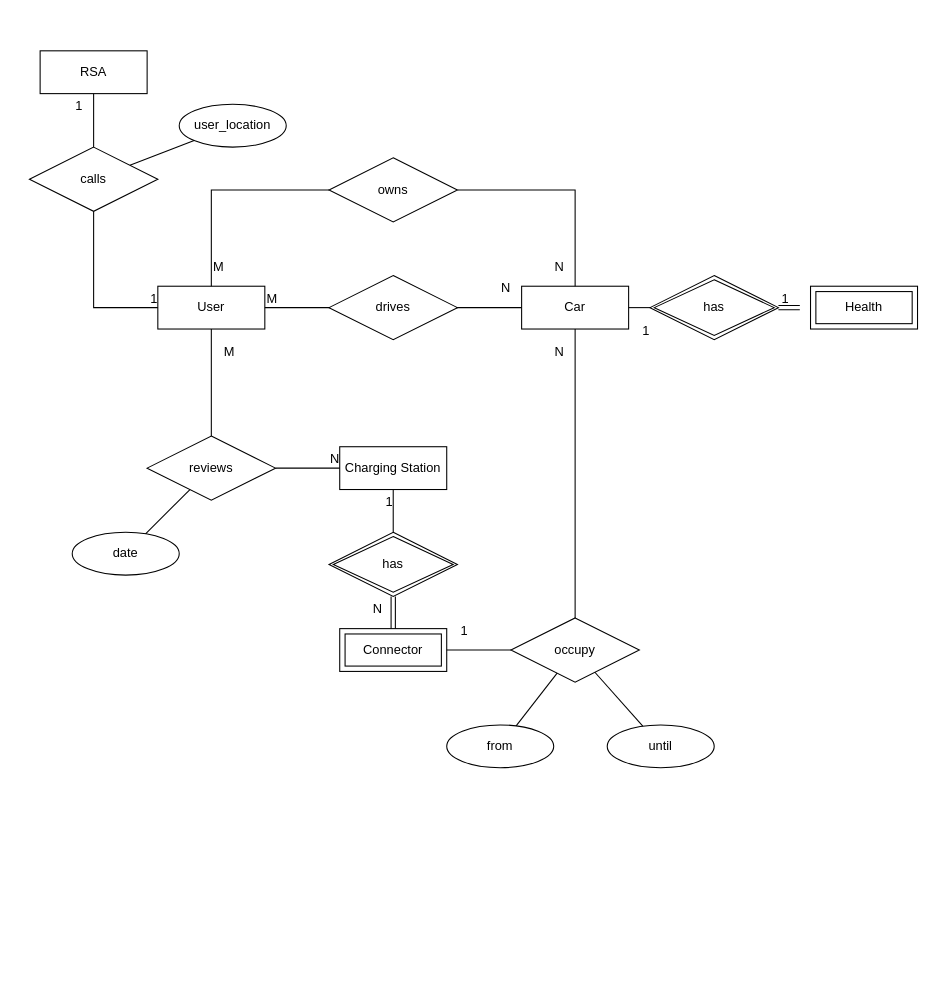
The draw.io diagram EVPoint ERdiagram.drawio in johnkouk469/DatabasesCourse2021, before the edit. Source tidied: cells renumbered, new cells numbered last; positions are measured from the earlier drawing's top-left corner, leaving out a move shared by most shapes. Both pictures are drawn from the tidied source at 107%, with x=0, y=0 at pixel (29, 50).
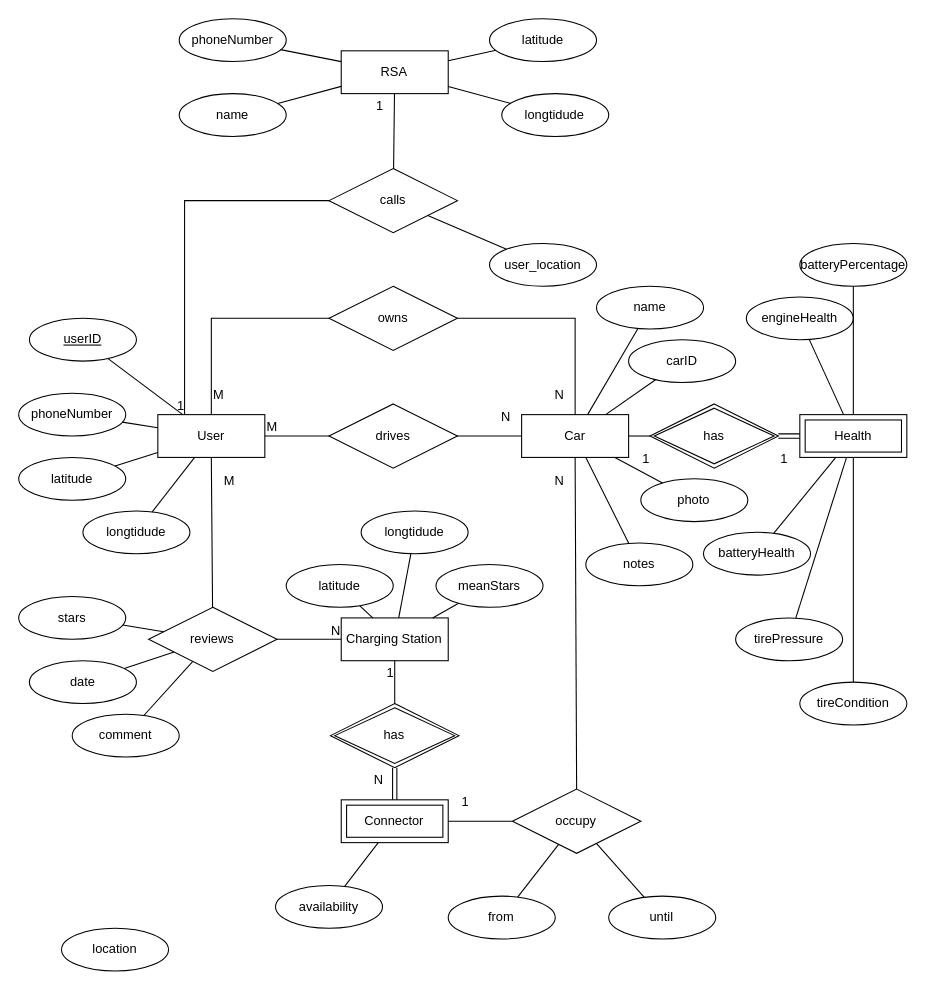
The same diagram, later.

Change to the diagram source:
```diff
@@
     <mxCell id="2" value="User" style="whiteSpace=wrap;html=1;align=center;" parent="1" vertex="1">
-      <mxGeometry x="120" y="220" width="100" height="40" as="geometry" />
+      <mxGeometry x="120" y="340" width="100" height="40" as="geometry" />
     </mxCell>
     <mxCell id="3" value="Charging Station" style="whiteSpace=wrap;html=1;align=center;" parent="1" vertex="1">
-      <mxGeometry x="290" y="370" width="100" height="40" as="geometry" />
+      <mxGeometry x="291.4" y="530" width="100" height="40" as="geometry" />
     </mxCell>
     <mxCell id="4" value="Car" style="whiteSpace=wrap;html=1;align=center;" parent="1" vertex="1">
-      <mxGeometry x="460" y="220" width="100" height="40" as="geometry" />
+      <mxGeometry x="460" y="340" width="100" height="40" as="geometry" />
     </mxCell>
@@
     <mxCell id="8" value="drives" style="shape=rhombus;perimeter=rhombusPerimeter;whiteSpace=wrap;html=1;align=center;" parent="1" vertex="1">
-      <mxGeometry x="280" y="210" width="120" height="60" as="geometry" />
+      <mxGeometry x="280" y="330" width="120" height="60" as="geometry" />
     </mxCell>
     <mxCell id="9" style="endArrow=none;html=1;rounded=0;exitX=1;exitY=0.5;exitDx=0;exitDy=0;entryX=0.5;entryY=0;entryDx=0;entryDy=0;startArrow=none;" parent="1" edge="1" source="11" target="4">
       <mxGeometry relative="1" as="geometry">
         <Array as="points">
-          <mxPoint x="510" y="130" />
+          <mxPoint x="510" y="250" />
         </Array>
       </mxGeometry>
     </mxCell>
@@
     <mxCell id="11" value="owns" style="shape=rhombus;perimeter=rhombusPerimeter;whiteSpace=wrap;html=1;align=center;" parent="1" vertex="1">
-      <mxGeometry x="280" y="100" width="120" height="60" as="geometry" />
+      <mxGeometry x="280" y="220" width="120" height="60" as="geometry" />
     </mxCell>
     <mxCell id="12" style="endArrow=none;html=1;rounded=0;exitX=0.5;exitY=0;exitDx=0;exitDy=0;entryX=0;entryY=0.5;entryDx=0;entryDy=0;" parent="1" edge="1" source="2" target="11">
       <mxGeometry relative="1" as="geometry">
         <Array as="points">
-          <mxPoint x="170" y="130" />
+          <mxPoint x="170" y="250" />
         </Array>
       </mxGeometry>
     </mxCell>
@@
     <mxCell id="16" value="reviews" style="shape=rhombus;perimeter=rhombusPerimeter;whiteSpace=wrap;html=1;align=center;" parent="1" vertex="1">
-      <mxGeometry x="110" y="360" width="120" height="60" as="geometry" />
+      <mxGeometry x="111.4" y="520" width="120" height="60" as="geometry" />
     </mxCell>
@@
     <mxCell id="21" value="occupy" style="shape=rhombus;perimeter=rhombusPerimeter;whiteSpace=wrap;html=1;align=center;" parent="1" vertex="1">
-      <mxGeometry x="450" y="530" width="120" height="60" as="geometry" />
+      <mxGeometry x="451.4" y="690" width="120" height="60" as="geometry" />
     </mxCell>
     <mxCell id="22" value="has" style="shape=rhombus;double=1;perimeter=rhombusPerimeter;whiteSpace=wrap;html=1;align=center;" parent="1" vertex="1">
-      <mxGeometry x="580" y="210" width="120" height="60" as="geometry" />
+      <mxGeometry x="580" y="330" width="120" height="60" as="geometry" />
     </mxCell>
     <mxCell id="23" value="Health" style="shape=ext;margin=3;double=1;whiteSpace=wrap;html=1;align=center;" parent="1" vertex="1">
-      <mxGeometry x="730" y="220" width="100" height="40" as="geometry" />
+      <mxGeometry x="720" y="340" width="100" height="40" as="geometry" />
     </mxCell>
-    <mxCell id="24" style="shape=link;html=1;rounded=0;" parent="1" edge="1" source="22">
-      <mxGeometry relative="1" as="geometry">
-        <mxPoint x="720" y="240" as="targetPoint" />
-      </mxGeometry>
+    <mxCell id="24" style="shape=link;html=1;rounded=0;" parent="1" edge="1" source="22" target="23">
+      <mxGeometry relative="1" as="geometry" />
     </mxCell>
     <mxCell id="25" value="1" style="html=1;align=right;verticalAlign=bottom;" parent="24" vertex="1">
       <mxGeometry x="1" relative="1" as="geometry">
-        <mxPoint x="-10" as="offset" />
+        <mxPoint x="-11" y="30" as="offset" />
       </mxGeometry>
     </mxCell>
@@
     <mxCell id="28" value="date" style="ellipse;whiteSpace=wrap;html=1;align=center;" parent="1" vertex="1">
-      <mxGeometry x="40" y="450" width="100" height="40" as="geometry" />
+      <mxGeometry y="570" width="100" height="40" as="geometry" />
     </mxCell>
@@
     <mxCell id="30" value="until" style="ellipse;whiteSpace=wrap;html=1;align=center;" parent="1" vertex="1">
-      <mxGeometry x="540" y="630" width="100" height="40" as="geometry" />
+      <mxGeometry x="541.4" y="790" width="100" height="40" as="geometry" />
     </mxCell>
     <mxCell id="31" value="from" style="ellipse;whiteSpace=wrap;html=1;align=center;" parent="1" vertex="1">
-      <mxGeometry x="390" y="630" width="100" height="40" as="geometry" />
+      <mxGeometry x="391.4" y="790" width="100" height="40" as="geometry" />
     </mxCell>
@@
     <mxCell id="34" value="RSA" style="whiteSpace=wrap;html=1;align=center;" parent="1" vertex="1">
-      <mxGeometry x="10" width="100" height="40" as="geometry" />
+      <mxGeometry x="291.4" width="100" height="40" as="geometry" />
     </mxCell>
     <mxCell id="35" value="calls" style="shape=rhombus;perimeter=rhombusPerimeter;whiteSpace=wrap;html=1;align=center;" parent="1" vertex="1">
-      <mxGeometry y="90" width="120" height="60" as="geometry" />
+      <mxGeometry x="280" y="110" width="120" height="60" as="geometry" />
     </mxCell>
@@
     <mxCell id="38" value="Connector" style="shape=ext;margin=3;double=1;whiteSpace=wrap;html=1;align=center;" parent="1" vertex="1">
-      <mxGeometry x="290" y="540" width="100" height="40" as="geometry" />
+      <mxGeometry x="291.4" y="700" width="100" height="40" as="geometry" />
     </mxCell>
@@
     <mxCell id="41" value="has" style="shape=rhombus;double=1;perimeter=rhombusPerimeter;whiteSpace=wrap;html=1;align=center;" parent="1" vertex="1">
-      <mxGeometry x="280" y="450" width="120" height="60" as="geometry" />
+      <mxGeometry x="281.4" y="610" width="120" height="60" as="geometry" />
     </mxCell>
@@
-    <mxCell id="46" style="endArrow=none;html=1;rounded=0;" parent="1" edge="1" source="35" target="2">
+    <mxCell id="46" style="endArrow=none;html=1;rounded=0;entryX=0.25;entryY=0;entryDx=0;entryDy=0;" parent="1" edge="1" source="35" target="2">
       <mxGeometry relative="1" as="geometry">
         <Array as="points">
-          <mxPoint x="60" y="240" />
+          <mxPoint x="145" y="140" />
         </Array>
       </mxGeometry>
     </mxCell>
@@
     <mxCell id="48" value="user_location" style="ellipse;whiteSpace=wrap;html=1;align=center;" parent="1" vertex="1">
-      <mxGeometry x="140" y="50" width="100" height="40" as="geometry" />
+      <mxGeometry x="430" y="180" width="100" height="40" as="geometry" />
     </mxCell>
@@
+    <mxCell id="50" value="userID" style="ellipse;whiteSpace=wrap;html=1;align=center;fontStyle=4;" parent="1" vertex="1">
+      <mxGeometry y="250" width="100" height="40" as="geometry" />
+    </mxCell>
+    <mxCell id="51" value="latitude" style="ellipse;whiteSpace=wrap;html=1;align=center;" parent="1" vertex="1">
+      <mxGeometry x="-10" y="380" width="100" height="40" as="geometry" />
+    </mxCell>
+    <mxCell id="52" value="longtidude" style="ellipse;whiteSpace=wrap;html=1;align=center;" parent="1" vertex="1">
+      <mxGeometry x="50" y="430" width="100" height="40" as="geometry" />
+    </mxCell>
+    <mxCell id="53" value="phoneNumber" style="ellipse;whiteSpace=wrap;html=1;align=center;" parent="1" vertex="1">
+      <mxGeometry x="-10" y="320" width="100" height="40" as="geometry" />
+    </mxCell>
+    <mxCell id="54" style="endArrow=none;html=1;rounded=0;" parent="1" edge="1" source="50" target="2">
+      <mxGeometry relative="1" as="geometry" />
+    </mxCell>
+    <mxCell id="55" style="endArrow=none;html=1;rounded=0;" parent="1" edge="1" source="53" target="2">
+      <mxGeometry relative="1" as="geometry" />
+    </mxCell>
+    <mxCell id="56" style="endArrow=none;html=1;rounded=0;" parent="1" edge="1" source="51" target="2">
+      <mxGeometry relative="1" as="geometry" />
+    </mxCell>
+    <mxCell id="57" style="endArrow=none;html=1;rounded=0;" parent="1" edge="1" source="52" target="2">
+      <mxGeometry relative="1" as="geometry" />
+    </mxCell>
+    <mxCell id="58" value="longtidude" style="ellipse;whiteSpace=wrap;html=1;align=center;" parent="1" vertex="1">
+      <mxGeometry x="310" y="430" width="100" height="40" as="geometry" />
+    </mxCell>
+    <mxCell id="59" value="latitude" style="ellipse;whiteSpace=wrap;html=1;align=center;" parent="1" vertex="1">
+      <mxGeometry x="240" y="480" width="100" height="40" as="geometry" />
+    </mxCell>
+    <mxCell id="60" style="endArrow=none;html=1;rounded=0;" parent="1" edge="1" source="58" target="3">
+      <mxGeometry relative="1" as="geometry" />
+    </mxCell>
+    <mxCell id="61" style="endArrow=none;html=1;rounded=0;" parent="1" edge="1" source="59" target="3">
+      <mxGeometry relative="1" as="geometry" />
+    </mxCell>
+    <mxCell id="62" value="stars" style="ellipse;whiteSpace=wrap;html=1;align=center;" parent="1" vertex="1">
+      <mxGeometry x="-10" y="510" width="100" height="40" as="geometry" />
+    </mxCell>
+    <mxCell id="63" style="endArrow=none;html=1;rounded=0;" parent="1" edge="1" source="62" target="16">
+      <mxGeometry relative="1" as="geometry" />
+    </mxCell>
+    <mxCell id="64" value="comment" style="ellipse;whiteSpace=wrap;html=1;align=center;" parent="1" vertex="1">
+      <mxGeometry x="40" y="620" width="100" height="40" as="geometry" />
+    </mxCell>
+    <mxCell id="65" style="endArrow=none;html=1;rounded=0;" parent="1" edge="1" source="64" target="16">
+      <mxGeometry relative="1" as="geometry" />
+    </mxCell>
+    <mxCell id="66" value="meanStars" style="ellipse;whiteSpace=wrap;html=1;align=center;" parent="1" vertex="1">
+      <mxGeometry x="380" y="480" width="100" height="40" as="geometry" />
+    </mxCell>
+    <mxCell id="67" style="endArrow=none;html=1;rounded=0;" parent="1" edge="1" source="66" target="3">
+      <mxGeometry relative="1" as="geometry" />
+    </mxCell>
+    <mxCell id="68" value="availability" style="ellipse;whiteSpace=wrap;html=1;align=center;" parent="1" vertex="1">
+      <mxGeometry x="230" y="780" width="100" height="40" as="geometry" />
+    </mxCell>
+    <mxCell id="69" style="endArrow=none;html=1;rounded=0;" parent="1" edge="1" source="38" target="68">
+      <mxGeometry relative="1" as="geometry" />
+    </mxCell>
+    <mxCell id="70" value="name" style="ellipse;whiteSpace=wrap;html=1;align=center;" parent="1" vertex="1">
+      <mxGeometry x="530" y="220" width="100" height="40" as="geometry" />
+    </mxCell>
+    <mxCell id="71" value="carID" style="ellipse;whiteSpace=wrap;html=1;align=center;" parent="1" vertex="1">
+      <mxGeometry x="560" y="270" width="100" height="40" as="geometry" />
+    </mxCell>
+    <mxCell id="72" value="photo" style="ellipse;whiteSpace=wrap;html=1;align=center;" parent="1" vertex="1">
+      <mxGeometry x="571.4" y="400" width="100" height="40" as="geometry" />
+    </mxCell>
+    <mxCell id="73" value="notes" style="ellipse;whiteSpace=wrap;html=1;align=center;" parent="1" vertex="1">
+      <mxGeometry x="520" y="460" width="100" height="40" as="geometry" />
+    </mxCell>
+    <mxCell id="74" style="endArrow=none;html=1;rounded=0;" parent="1" edge="1" source="70" target="4">
+      <mxGeometry relative="1" as="geometry" />
+    </mxCell>
+    <mxCell id="75" style="endArrow=none;html=1;rounded=0;" parent="1" edge="1" source="4" target="71">
+      <mxGeometry relative="1" as="geometry" />
+    </mxCell>
+    <mxCell id="76" style="endArrow=none;html=1;rounded=0;" parent="1" edge="1" source="4" target="72">
+      <mxGeometry relative="1" as="geometry" />
+    </mxCell>
+    <mxCell id="77" style="endArrow=none;html=1;rounded=0;" parent="1" edge="1" source="4" target="73">
+      <mxGeometry relative="1" as="geometry" />
+    </mxCell>
+    <mxCell id="78" value="batteryPercentage" style="ellipse;whiteSpace=wrap;html=1;align=center;" parent="1" vertex="1">
+      <mxGeometry x="720" y="180" width="100" height="40" as="geometry" />
+    </mxCell>
+    <mxCell id="79" value="batteryHealth" style="ellipse;whiteSpace=wrap;html=1;align=center;" parent="1" vertex="1">
+      <mxGeometry x="630" y="450" width="100" height="40" as="geometry" />
+    </mxCell>
+    <mxCell id="80" value="tirePressure" style="ellipse;whiteSpace=wrap;html=1;align=center;" parent="1" vertex="1">
+      <mxGeometry x="660" y="530" width="100" height="40" as="geometry" />
+    </mxCell>
+    <mxCell id="81" value="engineHealth" style="ellipse;whiteSpace=wrap;html=1;align=center;" parent="1" vertex="1">
+      <mxGeometry x="670" y="230" width="100" height="40" as="geometry" />
+    </mxCell>
+    <mxCell id="82" style="endArrow=none;html=1;rounded=0;" parent="1" edge="1" source="23" target="79">
+      <mxGeometry relative="1" as="geometry" />
+    </mxCell>
+    <mxCell id="83" style="endArrow=none;html=1;rounded=0;" parent="1" edge="1" source="80" target="23">
+      <mxGeometry relative="1" as="geometry" />
+    </mxCell>
+    <mxCell id="84" value="tireCondition" style="ellipse;whiteSpace=wrap;html=1;align=center;" parent="1" vertex="1">
+      <mxGeometry x="720" y="590" width="100" height="40" as="geometry" />
+    </mxCell>
+    <mxCell id="85" style="endArrow=none;html=1;rounded=0;" parent="1" edge="1" source="84" target="23">
+      <mxGeometry relative="1" as="geometry" />
+    </mxCell>
+    <mxCell id="86" style="endArrow=none;html=1;rounded=0;" parent="1" edge="1" source="81" target="23">
+      <mxGeometry relative="1" as="geometry" />
+    </mxCell>
+    <mxCell id="87" style="endArrow=none;html=1;rounded=0;" parent="1" edge="1" source="78" target="23">
+      <mxGeometry relative="1" as="geometry" />
+    </mxCell>
+    <mxCell id="88" value="location" style="ellipse;whiteSpace=wrap;html=1;align=center;" parent="1" vertex="1">
+      <mxGeometry x="30" y="820" width="100" height="40" as="geometry" />
+    </mxCell>
+    <mxCell id="89" value="latitude" style="ellipse;whiteSpace=wrap;html=1;align=center;" parent="1" vertex="1">
+      <mxGeometry x="430" y="-30" width="100" height="40" as="geometry" />
+    </mxCell>
+    <mxCell id="90" style="endArrow=none;html=1;rounded=0;" parent="1" edge="1" source="34" target="89">
+      <mxGeometry relative="1" as="geometry" />
+    </mxCell>
+    <mxCell id="91" value="longtidude" style="ellipse;whiteSpace=wrap;html=1;align=center;" parent="1" vertex="1">
+      <mxGeometry x="441.4" y="40" width="100" height="40" as="geometry" />
+    </mxCell>
+    <mxCell id="92" style="endArrow=none;html=1;rounded=0;" parent="1" edge="1" source="91" target="34">
+      <mxGeometry relative="1" as="geometry" />
+    </mxCell>
+    <mxCell id="93" value="phoneNumber" style="ellipse;whiteSpace=wrap;html=1;align=center;" parent="1" vertex="1">
+      <mxGeometry x="140" y="-30" width="100" height="40" as="geometry" />
+    </mxCell>
+    <mxCell id="94" style="endArrow=none;html=1;rounded=0;" parent="1" edge="1" source="34" target="93">
+      <mxGeometry relative="1" as="geometry" />
+    </mxCell>
+    <mxCell id="95" value="name" style="ellipse;whiteSpace=wrap;html=1;align=center;" parent="1" vertex="1">
+      <mxGeometry x="140" y="40" width="100" height="40" as="geometry" />
+    </mxCell>
+    <mxCell id="96" style="endArrow=none;html=1;rounded=0;" parent="1" edge="1" source="95" target="34">
+      <mxGeometry relative="1" as="geometry" />
+    </mxCell>
```
